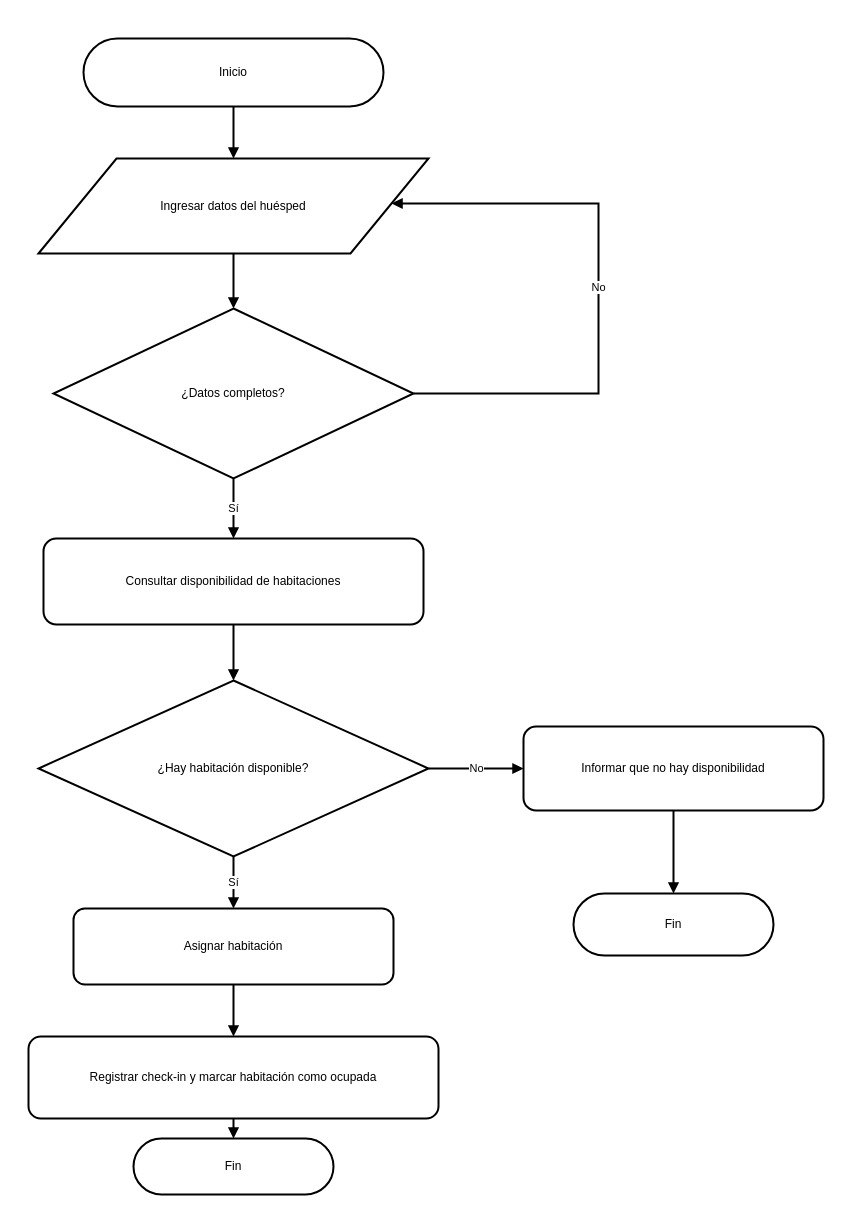
Yutre3/diego keeps this draw.io diagram as diagramas-editables/02-diagrama-flujo.drawio. Above is the earlier version. Source tidied: cells renumbered, new cells numbered last; positions are measured from the earlier drawing's top-left corner, leaving out a move shared by most shapes. Both pictures are drawn from the tidied source at 100%, with x=0, y=0 at pixel (28, 38).
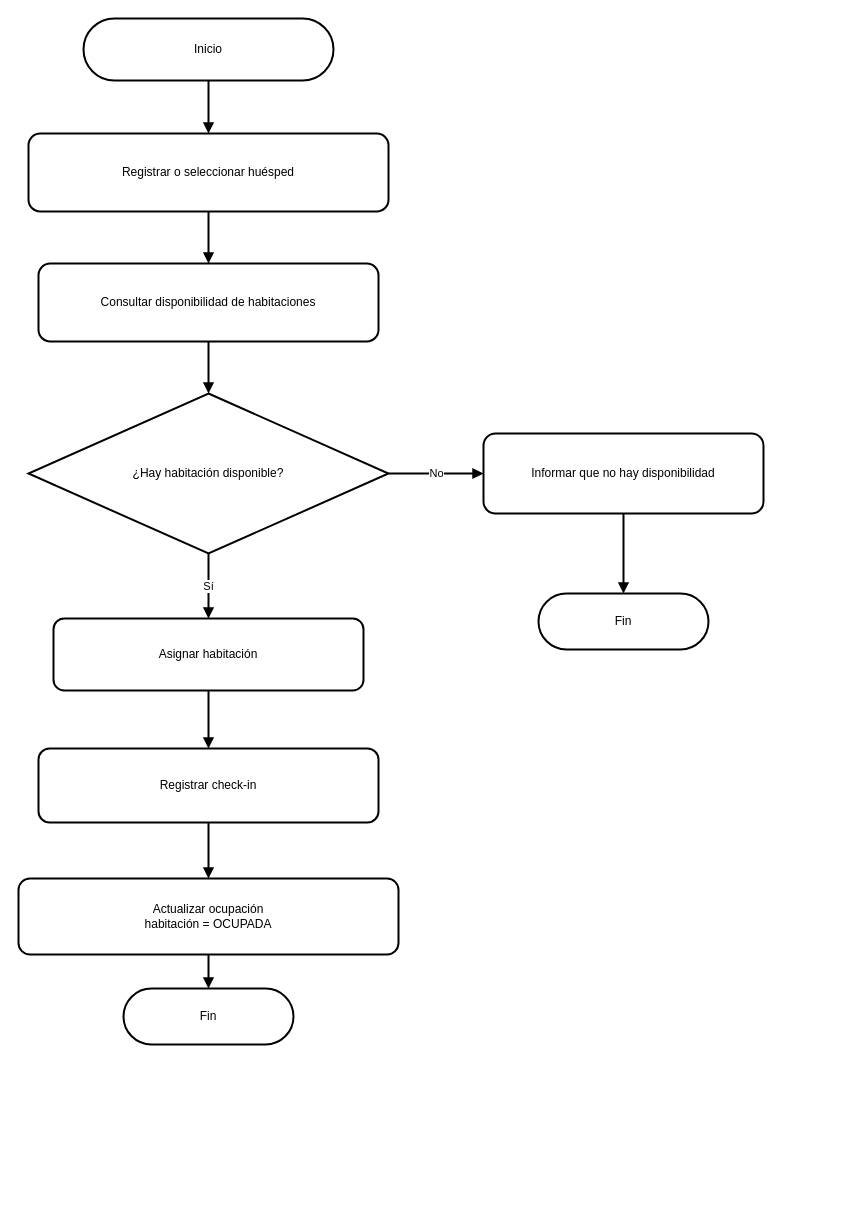
The same page after the edit.

Commit message:
Alinear editable del flujo con versión final

The edit, as a diff of the source:
```diff
@@
     <mxCell id="2" value="Inicio" style="rounded=1;arcSize=50;whiteSpace=wrap;html=1;strokeWidth=2;" parent="1" vertex="1">
-      <mxGeometry x="55" width="300" height="68" as="geometry" />
+      <mxGeometry x="55" y="-20" width="250" height="62" as="geometry" />
     </mxCell>
-    <mxCell id="3" value="Ingresar datos del huésped" style="shape=parallelogram;perimeter=parallelogramPerimeter;whiteSpace=wrap;html=1;strokeWidth=2;" parent="1" vertex="1">
-      <mxGeometry x="10" y="120" width="390" height="95" as="geometry" />
-    </mxCell>
-    <mxCell id="4" value="¿Datos completos?" style="rhombus;whiteSpace=wrap;html=1;strokeWidth=2;" parent="1" vertex="1">
-      <mxGeometry x="25" y="270" width="360" height="170" as="geometry" />
-    </mxCell>
+    <mxCell id="22" value="Registrar o seleccionar huésped" style="rounded=1;whiteSpace=wrap;html=1;strokeWidth=2;" parent="1" vertex="1">
+      <mxGeometry y="95" width="360" height="78" as="geometry" />
+    </mxCell>
     <mxCell id="5" value="Consultar disponibilidad de habitaciones" style="rounded=1;whiteSpace=wrap;html=1;strokeWidth=2;" parent="1" vertex="1">
-      <mxGeometry x="15" y="500" width="380" height="86" as="geometry" />
+      <mxGeometry x="10" y="225" width="340" height="78" as="geometry" />
     </mxCell>
     <mxCell id="6" value="¿Hay habitación disponible?" style="rhombus;whiteSpace=wrap;html=1;strokeWidth=2;" parent="1" vertex="1">
-      <mxGeometry x="10" y="642" width="390" height="176" as="geometry" />
+      <mxGeometry y="355" width="360" height="160" as="geometry" />
     </mxCell>
+    <mxCell id="10" value="Informar que no hay disponibilidad" style="rounded=1;whiteSpace=wrap;html=1;strokeWidth=2;" parent="1" vertex="1">
+      <mxGeometry x="455" y="395" width="280" height="80" as="geometry" />
+    </mxCell>
+    <mxCell id="23" value="Fin" style="rounded=1;arcSize=50;whiteSpace=wrap;html=1;strokeWidth=2;" parent="1" vertex="1">
+      <mxGeometry x="510" y="555" width="170" height="56" as="geometry" />
+    </mxCell>
     <mxCell id="7" value="Asignar habitación" style="rounded=1;whiteSpace=wrap;html=1;strokeWidth=2;" parent="1" vertex="1">
-      <mxGeometry x="45" y="870" width="320" height="76" as="geometry" />
+      <mxGeometry x="25" y="580" width="310" height="72" as="geometry" />
     </mxCell>
-    <mxCell id="8" value="Registrar check-in y marcar habitación como ocupada" style="rounded=1;whiteSpace=wrap;html=1;strokeWidth=2;" parent="1" vertex="1">
-      <mxGeometry y="998" width="410" height="82" as="geometry" />
-    </mxCell>
-    <mxCell id="9" value="Fin" style="rounded=1;arcSize=50;whiteSpace=wrap;html=1;strokeWidth=2;" parent="1" vertex="1">
-      <mxGeometry x="105" y="1100" width="200" height="56" as="geometry" />
-    </mxCell>
-    <mxCell id="10" value="Informar que no hay disponibilidad" style="rounded=1;whiteSpace=wrap;html=1;strokeWidth=2;" parent="1" vertex="1">
-      <mxGeometry x="495" y="688" width="300" height="84" as="geometry" />
-    </mxCell>
-    <mxCell id="11" value="Fin" style="rounded=1;arcSize=50;whiteSpace=wrap;html=1;strokeWidth=2;" parent="1" vertex="1">
-      <mxGeometry x="545" y="855" width="200" height="62" as="geometry" />
-    </mxCell>
+    <mxCell id="24" value="Registrar check-in" style="rounded=1;whiteSpace=wrap;html=1;strokeWidth=2;" parent="1" vertex="1">
+      <mxGeometry x="10" y="710" width="340" height="74" as="geometry" />
+    </mxCell>
+    <mxCell id="25" value="Actualizar ocupación&#10;habitación = OCUPADA" style="rounded=1;whiteSpace=wrap;html=1;strokeWidth=2;" parent="1" vertex="1">
+      <mxGeometry x="-10" y="840" width="380" height="76" as="geometry" />
+    </mxCell>
+    <mxCell id="26" value="Fin" style="rounded=1;arcSize=50;whiteSpace=wrap;html=1;strokeWidth=2;" parent="1" vertex="1">
+      <mxGeometry x="95" y="950" width="170" height="56" as="geometry" />
+    </mxCell>
-    <mxCell id="12" style="endArrow=block;html=1;strokeWidth=2;" parent="1" edge="1" source="2" target="3">
+    <mxCell id="12" style="endArrow=block;html=1;strokeWidth=2;" parent="1" edge="1" source="2" target="22">
       <mxGeometry relative="1" as="geometry" />
     </mxCell>
-    <mxCell id="13" style="endArrow=block;html=1;strokeWidth=2;" parent="1" edge="1" source="3" target="4">
+    <mxCell id="13" style="endArrow=block;html=1;strokeWidth=2;" parent="1" edge="1" source="22" target="5">
       <mxGeometry relative="1" as="geometry" />
     </mxCell>
-    <mxCell id="14" value="Sí" style="endArrow=block;html=1;strokeWidth=2;" parent="1" edge="1" source="4" target="5">
+    <mxCell id="14" style="endArrow=block;html=1;strokeWidth=2;" parent="1" edge="1" source="5" target="6">
       <mxGeometry relative="1" as="geometry" />
     </mxCell>
-    <mxCell id="15" value="No" style="edgeStyle=orthogonalEdgeStyle;rounded=0;html=1;strokeWidth=2;endArrow=block;" parent="1" edge="1" source="4" target="3">
-      <mxGeometry relative="1" as="geometry">
-        <Array as="points">
-          <mxPoint x="570" y="355" />
-          <mxPoint x="570" y="165" />
-        </Array>
-      </mxGeometry>
-    </mxCell>
-    <mxCell id="16" style="endArrow=block;html=1;strokeWidth=2;" parent="1" edge="1" source="5" target="6">
+    <mxCell id="16" value="No" style="endArrow=block;html=1;strokeWidth=2;" parent="1" edge="1" source="6" target="10">
       <mxGeometry relative="1" as="geometry" />
     </mxCell>
@@
-    <mxCell id="18" value="No" style="endArrow=block;html=1;strokeWidth=2;" parent="1" edge="1" source="6" target="10">
+    <mxCell id="18" style="endArrow=block;html=1;strokeWidth=2;" parent="1" edge="1" source="10" target="23">
       <mxGeometry relative="1" as="geometry" />
     </mxCell>
-    <mxCell id="19" style="endArrow=block;html=1;strokeWidth=2;" parent="1" edge="1" source="7" target="8">
+    <mxCell id="19" style="endArrow=block;html=1;strokeWidth=2;" parent="1" edge="1" source="7" target="24">
       <mxGeometry relative="1" as="geometry" />
     </mxCell>
-    <mxCell id="20" style="endArrow=block;html=1;strokeWidth=2;" parent="1" edge="1" source="8" target="9">
+    <mxCell id="20" style="endArrow=block;html=1;strokeWidth=2;" parent="1" edge="1" source="24" target="25">
       <mxGeometry relative="1" as="geometry" />
     </mxCell>
-    <mxCell id="21" style="endArrow=block;html=1;strokeWidth=2;" parent="1" edge="1" source="10" target="11">
+    <mxCell id="21" style="endArrow=block;html=1;strokeWidth=2;" parent="1" edge="1" source="25" target="26">
       <mxGeometry relative="1" as="geometry" />
     </mxCell>
```
